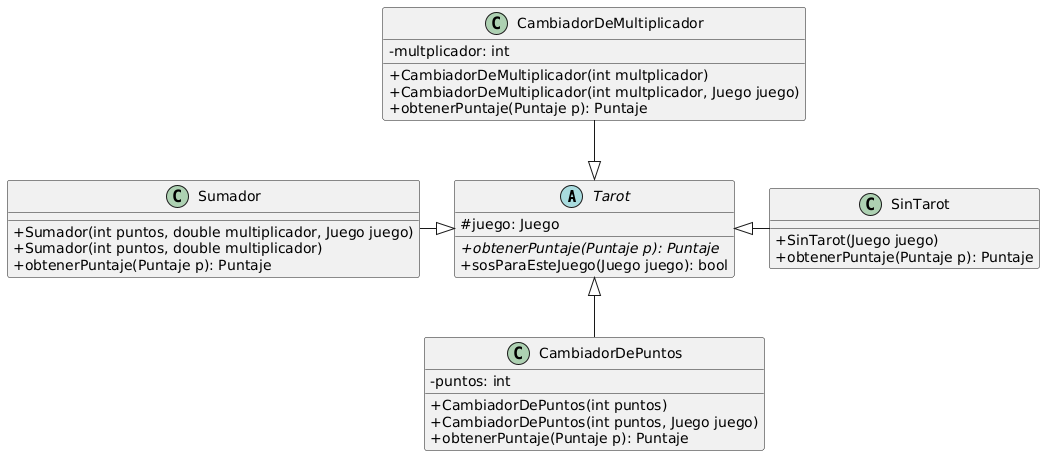
Earlier version of the PlantUML export diagrams/classes/Tarot.png (facukresta/g06-tp2-2c-2024). The source it was exported from:
```plantuml
@startuml
skinparam classAttributeIconSize 0

abstract class Tarot{
#juego: Juego
+{abstract}obtenerPuntaje(Puntaje p): Puntaje
+sosParaEsteJuego(Juego juego): bool
}

class Sumador {
+Sumador(int puntos, double multiplicador, Juego juego)
+Sumador(int puntos, double multiplicador)
+obtenerPuntaje(Puntaje p): Puntaje
}

class SinTarot {
+SinTarot(Juego juego)
+obtenerPuntaje(Puntaje p): Puntaje
}

class CambiadorDePuntos {
-puntos: int
+CambiadorDePuntos(int puntos)
+CambiadorDePuntos(int puntos, Juego juego)
+obtenerPuntaje(Puntaje p): Puntaje
}

class CambiadorDeMultiplicador {
-multplicador: int
+CambiadorDeMultiplicador(int multplicador)
+CambiadorDeMultiplicador(int multplicador, Juego juego)
+obtenerPuntaje(Puntaje p): Puntaje
}

Sumador -right-|> Tarot
SinTarot -left-|> Tarot
CambiadorDePuntos -up-|> Tarot
CambiadorDeMultiplicador --|> Tarot
@enduml
```
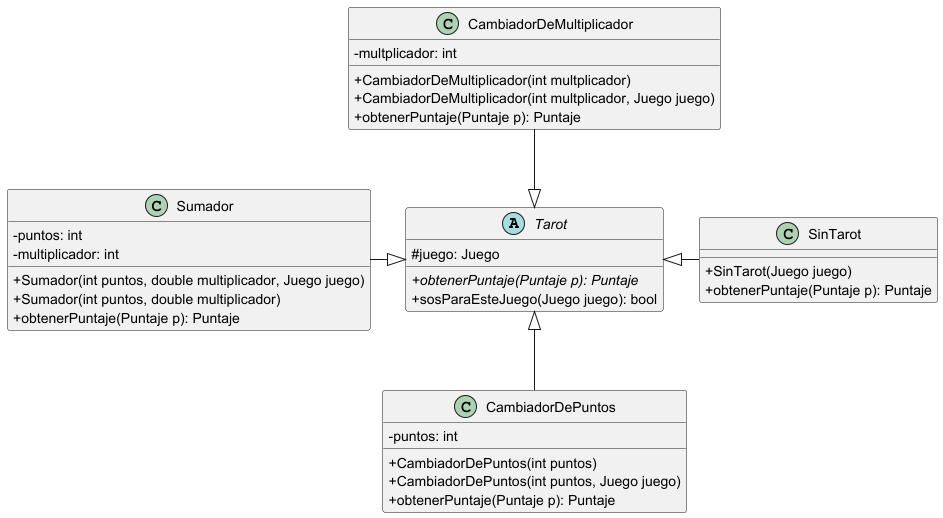
Later version of the same file.

Change to the diagram source:
```diff
@@ -1,4 +1,4 @@
-@startuml
+@startuml Tarot
 skinparam classAttributeIconSize 0
 
 abstract class Tarot{
@@ -8,6 +8,8 @@
 }
 
 class Sumador {
+-puntos: int
+-multiplicador: int
 +Sumador(int puntos, double multiplicador, Juego juego)
 +Sumador(int puntos, double multiplicador)
 +obtenerPuntaje(Puntaje p): Puntaje
@@ -36,4 +38,6 @@
 SinTarot -left-|> Tarot
 CambiadorDePuntos -up-|> Tarot
 CambiadorDeMultiplicador --|> Tarot
+
+
 @enduml
```
